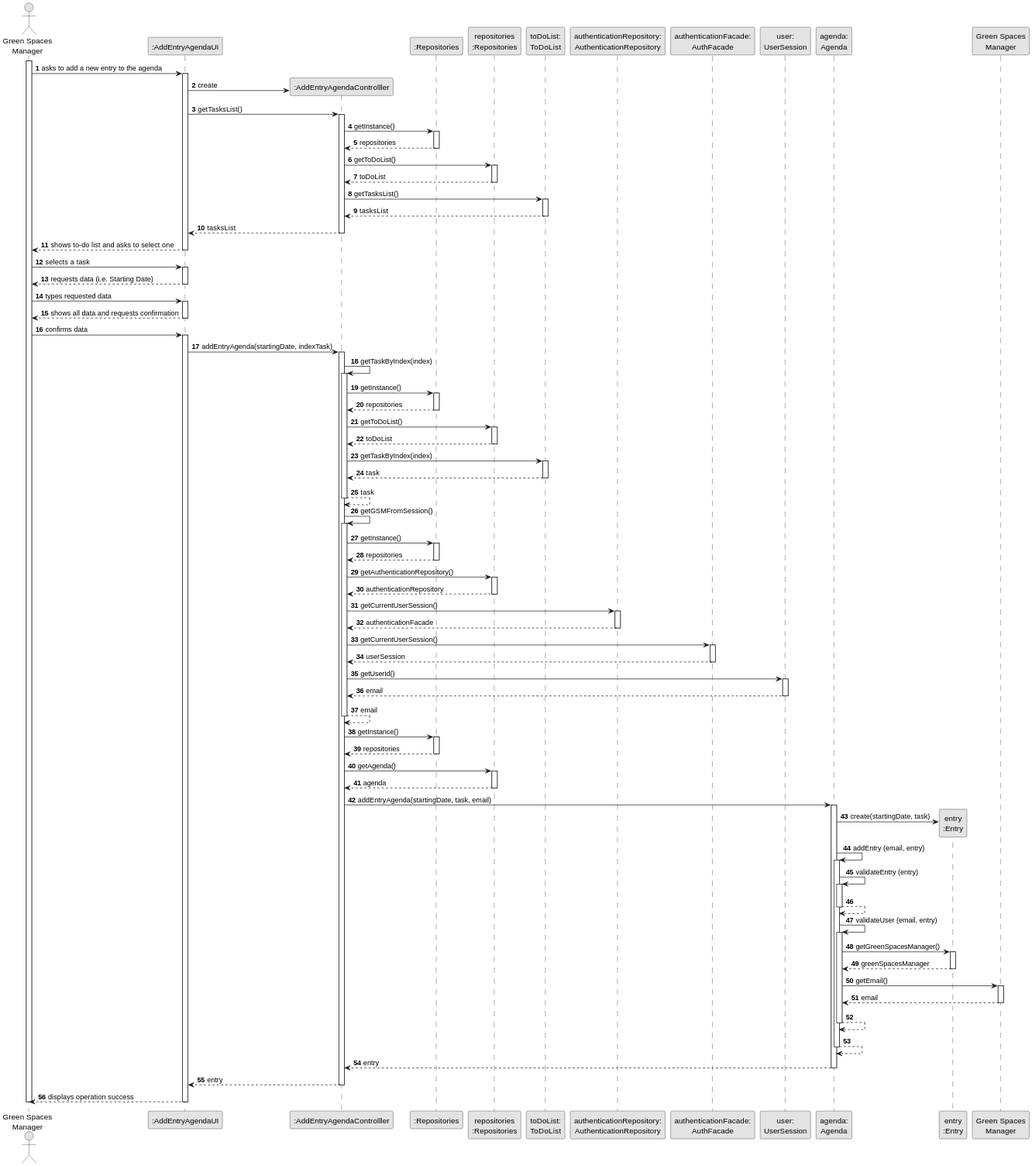
Earlier version of the PlantUML export docs/sprintA&B&C/us022/03.design/svg/us022-sequence-diagram-full.svg (daniel41silva05/ISEP_2023_2024_LAPR2).
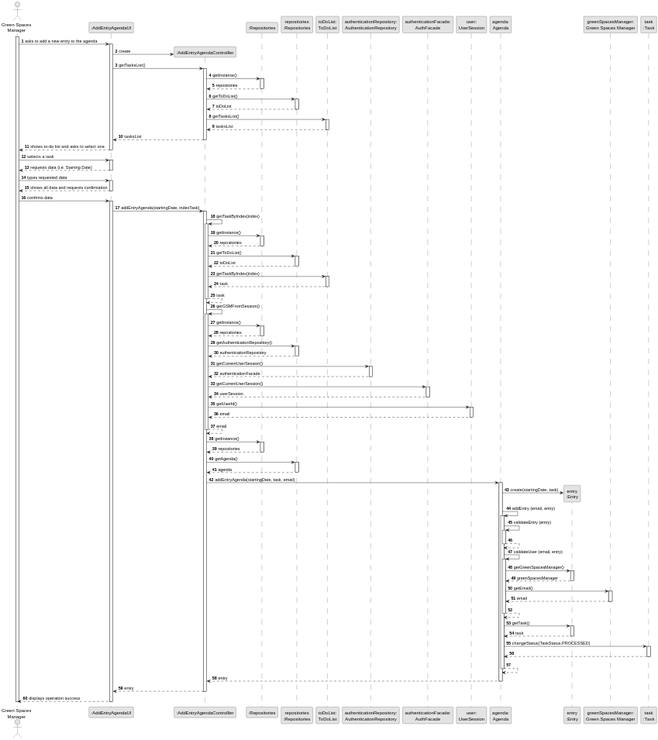
The same file after the commit.

Commit message:
US22/US23/US26 - Update Sequence Diagram + Rationale #10 #11 #12

Change to the diagram source:
```diff
@@ -16,7 +16,8 @@
 participant "user:\nUserSession" as user
 participant "agenda:\nAgenda" as agenda
 participant "entry\n:Entry" as ENTRY
-participant "Green Spaces\nManager" as USER
+participant "greenSpacesManager:\nGreen Spaces Manager" as USER
+participant "task\n:Task" as TASK
 
 activate GSM
 
@@ -174,6 +175,18 @@
                 agenda --> agenda
                 deactivate agenda
 
+                agenda -> ENTRY: getTask()
+                activate ENTRY
+
+                ENTRY --> agenda: task
+                deactivate ENTRY
+
+                agenda -> TASK: changeStatus(TaskStatus.PROCESSED)
+                activate TASK
+
+                TASK --> agenda
+                deactivate TASK
+
                 agenda --> agenda
                 deactivate agenda
 
```
